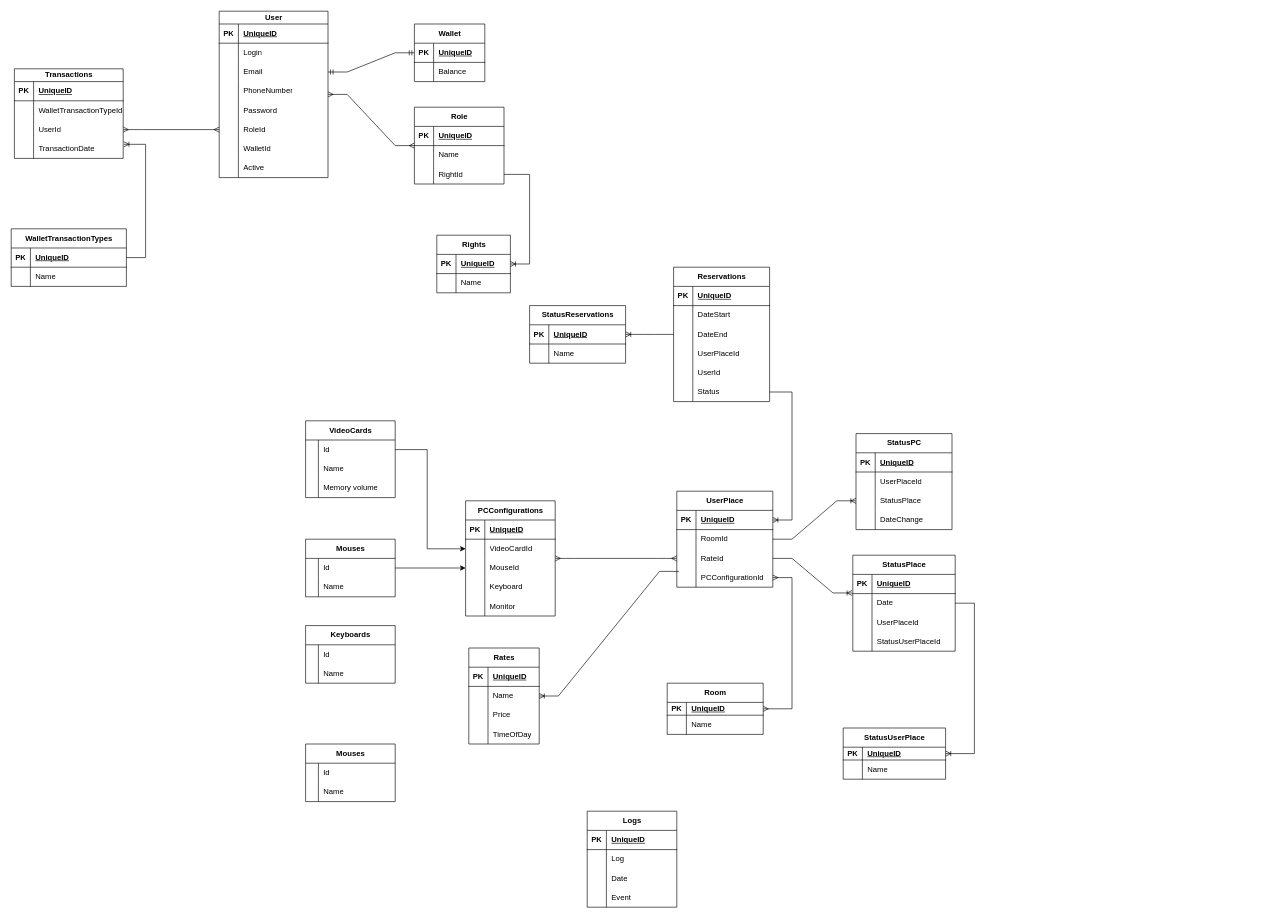
The draw.io diagram ER night-meerkats.drawio in IIeasyII/night-meerkats, before the edit. Source tidied: cells renumbered, new cells numbered last; positions are measured from the earlier drawing's top-left corner, leaving out a move shared by most shapes. Both pictures are drawn from the tidied source at 64%, with x=0, y=0 at pixel (11, 11).
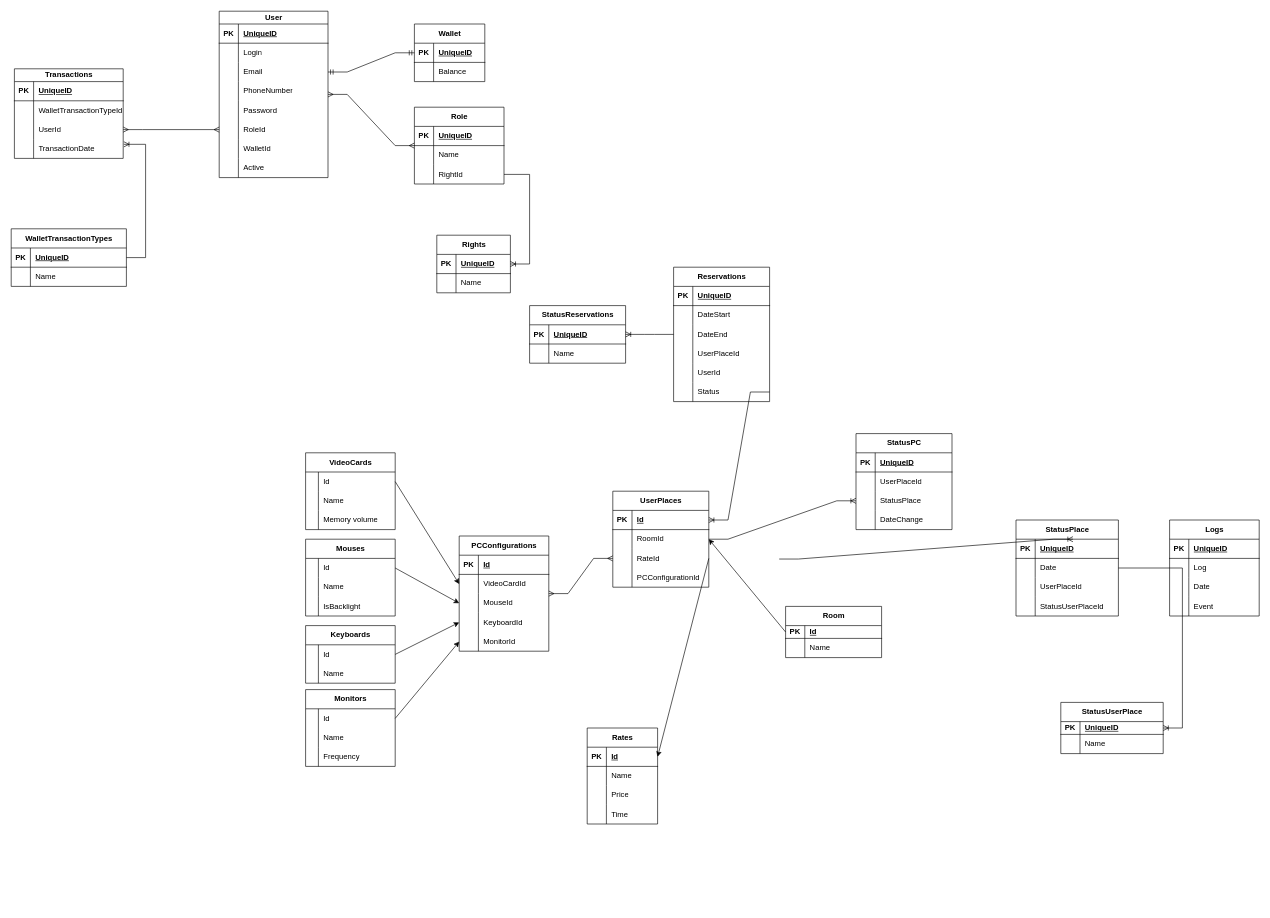
Above is the later version.

Unchanged cells that the change refers to:
```xml
<mxCell id="52" style="shape=tableRow;horizontal=0;startSize=0;swimlaneHead=0;swimlaneBody=0;fillColor=none;top=0;left=0;right=0;bottom=1;" parent="51" vertex="1">
  <mxGeometry y="30" width="140" height="30" as="geometry" />
</mxCell>
<mxCell id="55" style="shape=tableRow;horizontal=0;startSize=0;swimlaneHead=0;swimlaneBody=0;fillColor=none;points=[[0,0.5],[1,0.5]];portConstraint=eastwest;top=0;left=0;right=0;bottom=0;" parent="51" vertex="1">
  <mxGeometry y="60" width="140" height="30" as="geometry" />
</mxCell>
<mxCell id="58" style="shape=tableRow;horizontal=0;startSize=0;swimlaneHead=0;swimlaneBody=0;fillColor=none;points=[[0,0.5],[1,0.5]];portConstraint=eastwest;top=0;left=0;right=0;bottom=0;" parent="51" vertex="1">
  <mxGeometry y="90" width="140" height="30" as="geometry" />
</mxCell>
<mxCell id="61" style="shape=tableRow;horizontal=0;startSize=0;swimlaneHead=0;swimlaneBody=0;fillColor=none;points=[[0,0.5],[1,0.5]];portConstraint=eastwest;top=0;left=0;right=0;bottom=0;" parent="51" vertex="1">
  <mxGeometry y="120" width="140" height="30" as="geometry" />
</mxCell>
<mxCell id="64" style="shape=tableRow;horizontal=0;startSize=0;swimlaneHead=0;swimlaneBody=0;fillColor=none;points=[[0,0.5],[1,0.5]];portConstraint=eastwest;top=0;left=0;right=0;bottom=0;" parent="51" vertex="1">
  <mxGeometry y="150" width="140" height="30" as="geometry" />
</mxCell>
<mxCell id="68" style="shape=tableRow;horizontal=0;startSize=0;swimlaneHead=0;swimlaneBody=0;fillColor=none;points=[[0,0.5],[1,0.5]];portConstraint=eastwest;top=0;left=0;right=0;bottom=1;" parent="67" vertex="1">
  <mxGeometry y="30" width="110" height="30" as="geometry" />
</mxCell>
<mxCell id="71" style="shape=tableRow;horizontal=0;startSize=0;swimlaneHead=0;swimlaneBody=0;fillColor=none;points=[[0,0.5],[1,0.5]];portConstraint=eastwest;top=0;left=0;right=0;bottom=0;" parent="67" vertex="1">
  <mxGeometry y="60" width="110" height="30" as="geometry" />
</mxCell>
<mxCell id="77" style="shape=tableRow;horizontal=0;startSize=0;swimlaneHead=0;swimlaneBody=0;fillColor=none;top=0;left=0;right=0;bottom=0;" parent="67" vertex="1">
  <mxGeometry y="120" width="110" height="30" as="geometry" />
</mxCell>
<mxCell id="81" style="shape=tableRow;horizontal=0;startSize=0;swimlaneHead=0;swimlaneBody=0;fillColor=none;points=[[0,0.5],[1,0.5]];portConstraint=eastwest;top=0;left=0;right=0;bottom=1;" parent="80" vertex="1">
  <mxGeometry y="30" width="150" height="20" as="geometry" />
</mxCell>
<mxCell id="88" style="shape=tableRow;horizontal=0;startSize=0;swimlaneHead=0;swimlaneBody=0;fillColor=none;points=[[0,0.5],[1,0.5]];portConstraint=eastwest;top=0;left=0;right=0;bottom=1;" parent="87" vertex="1">
  <mxGeometry y="30" width="150" height="30" as="geometry" />
</mxCell>
<mxCell id="91" style="shape=tableRow;horizontal=0;startSize=0;swimlaneHead=0;swimlaneBody=0;fillColor=none;points=[[0,0.5],[1,0.5]];portConstraint=eastwest;top=0;left=0;right=0;bottom=0;" parent="87" vertex="1">
  <mxGeometry y="60" width="150" height="30" as="geometry" />
</mxCell>
<mxCell id="94" style="shape=tableRow;horizontal=0;startSize=0;swimlaneHead=0;swimlaneBody=0;fillColor=none;points=[[0,0.5],[1,0.5]];portConstraint=eastwest;top=0;left=0;right=0;bottom=0;" parent="87" vertex="1">
  <mxGeometry y="90" width="150" height="30" as="geometry" />
</mxCell>
<mxCell id="97" style="shape=tableRow;horizontal=0;startSize=0;swimlaneHead=0;swimlaneBody=0;fillColor=none;points=[[0,0.5],[1,0.5]];portConstraint=eastwest;top=0;left=0;right=0;bottom=0;" parent="87" vertex="1">
  <mxGeometry y="120" width="150" height="30" as="geometry" />
</mxCell>
<mxCell id="104" style="shape=tableRow;horizontal=0;startSize=0;swimlaneHead=0;swimlaneBody=0;fillColor=none;points=[[0,0.5],[1,0.5]];portConstraint=eastwest;top=0;left=0;right=0;bottom=0;" parent="100" vertex="1">
  <mxGeometry y="60" width="160" height="30" as="geometry" />
</mxCell>
<mxCell id="206" style="shape=tableRow;horizontal=0;startSize=0;swimlaneHead=0;swimlaneBody=0;fillColor=none;points=[[0,0.5],[1,0.5]];portConstraint=eastwest;top=0;left=0;right=0;bottom=0;" parent="205" vertex="1">
  <mxGeometry y="30" width="140" height="30" as="geometry" />
</mxCell>
<mxCell id="217" style="shape=tableRow;horizontal=0;startSize=0;swimlaneHead=0;swimlaneBody=0;fillColor=none;points=[[0,0.5],[1,0.5]];portConstraint=eastwest;top=0;left=0;right=0;bottom=0;" parent="216" vertex="1">
  <mxGeometry y="30" width="140" height="30" as="geometry" />
</mxCell>
<mxCell id="225" style="shape=tableRow;horizontal=0;startSize=0;swimlaneHead=0;swimlaneBody=0;fillColor=none;points=[[0,0.5],[1,0.5]];portConstraint=eastwest;top=0;left=0;right=0;bottom=0;" parent="224" vertex="1">
  <mxGeometry y="30" width="140" height="30" as="geometry" />
</mxCell>
<mxCell id="232" style="shape=tableRow;horizontal=0;startSize=0;swimlaneHead=0;swimlaneBody=0;fillColor=none;points=[[0,0.5],[1,0.5]];portConstraint=eastwest;top=0;left=0;right=0;bottom=0;" parent="231" vertex="1">
  <mxGeometry y="30" width="140" height="30" as="geometry" />
</mxCell>
```

Diff of the diagram source:
```diff
@@
     <mxCell id="51" value="PCConfigurations" style="shape=table;startSize=30;childLayout=tableLayout;rowLines=0;fontStyle=1;align=center;html=1;" parent="1" vertex="1">
-      <mxGeometry x="710" y="765" width="140" height="180" as="geometry" />
+      <mxGeometry x="700" y="820" width="140" height="180" as="geometry" />
     </mxCell>
@@
-    <mxCell id="54" value="UniqueID" style="shape=partialRectangle;fillColor=none;top=0;left=0;bottom=0;right=0;align=left;spacingLeft=6;fontStyle=5;overflow=hidden;whiteSpace=wrap;html=1;" parent="52" vertex="1">
+    <mxCell id="54" value="Id" style="shape=partialRectangle;fillColor=none;top=0;left=0;bottom=0;right=0;align=left;spacingLeft=6;fontStyle=5;overflow=hidden;whiteSpace=wrap;html=1;" parent="52" vertex="1">
       <mxGeometry x="30" width="110" height="30" as="geometry" />
     </mxCell>
@@
-    <mxCell id="63" value="Keyboard" style="shape=partialRectangle;fillColor=none;top=0;left=0;bottom=0;right=0;align=left;spacingLeft=6;overflow=hidden;whiteSpace=wrap;html=1;" parent="61" vertex="1">
+    <mxCell id="63" value="KeyboardId" style="shape=partialRectangle;fillColor=none;top=0;left=0;bottom=0;right=0;align=left;spacingLeft=6;overflow=hidden;whiteSpace=wrap;html=1;" parent="61" vertex="1">
       <mxGeometry x="30" width="110" height="30" as="geometry" />
     </mxCell>
@@
-    <mxCell id="66" value="Monitor" style="shape=partialRectangle;fillColor=none;top=0;left=0;bottom=0;right=0;align=left;spacingLeft=6;overflow=hidden;whiteSpace=wrap;html=1;" parent="64" vertex="1">
+    <mxCell id="66" value="MonitorId" style="shape=partialRectangle;fillColor=none;top=0;left=0;bottom=0;right=0;align=left;spacingLeft=6;overflow=hidden;whiteSpace=wrap;html=1;" parent="64" vertex="1">
       <mxGeometry x="30" width="110" height="30" as="geometry" />
     </mxCell>
     <mxCell id="67" value="Rates" style="shape=table;startSize=30;childLayout=tableLayout;rowLines=0;fontStyle=1;align=center;html=1;" parent="1" vertex="1">
-      <mxGeometry x="715" y="995" width="110" height="150" as="geometry" />
+      <mxGeometry x="900" y="1120" width="110" height="150" as="geometry" />
     </mxCell>
@@
-    <mxCell id="70" value="UniqueID" style="shape=partialRectangle;fillColor=none;top=0;left=0;bottom=0;right=0;align=left;spacingLeft=6;fontStyle=5;overflow=hidden;whiteSpace=wrap;html=1;" parent="68" vertex="1">
+    <mxCell id="70" value="Id" style="shape=partialRectangle;fillColor=none;top=0;left=0;bottom=0;right=0;align=left;spacingLeft=6;fontStyle=5;overflow=hidden;whiteSpace=wrap;html=1;" parent="68" vertex="1">
       <mxGeometry x="30" width="80" height="30" as="geometry" />
     </mxCell>
@@
-    <mxCell id="79" value="TimeOfDay" style="shape=partialRectangle;fillColor=none;top=0;left=0;bottom=0;right=0;align=left;spacingLeft=6;overflow=hidden;whiteSpace=wrap;html=1;" parent="77" vertex="1">
+    <mxCell id="79" value="Time" style="shape=partialRectangle;fillColor=none;top=0;left=0;bottom=0;right=0;align=left;spacingLeft=6;overflow=hidden;whiteSpace=wrap;html=1;" parent="77" vertex="1">
       <mxGeometry x="30" width="80" height="30" as="geometry" />
     </mxCell>
     <mxCell id="80" value="Room" style="shape=table;startSize=30;childLayout=tableLayout;rowLines=0;fontStyle=1;align=center;html=1;" parent="1" vertex="1">
-      <mxGeometry x="1025" y="1050" width="150" height="80" as="geometry" />
+      <mxGeometry x="1210" y="930" width="150" height="80" as="geometry" />
     </mxCell>
@@
-    <mxCell id="83" value="UniqueID" style="shape=partialRectangle;fillColor=none;top=0;left=0;bottom=0;right=0;align=left;spacingLeft=6;fontStyle=5;overflow=hidden;whiteSpace=wrap;html=1;" parent="81" vertex="1">
+    <mxCell id="83" value="Id" style="shape=partialRectangle;fillColor=none;top=0;left=0;bottom=0;right=0;align=left;spacingLeft=6;fontStyle=5;overflow=hidden;whiteSpace=wrap;html=1;" parent="81" vertex="1">
       <mxGeometry x="30" width="120" height="20" as="geometry" />
     </mxCell>
@@
-    <mxCell id="87" value="UserPlace" style="shape=table;startSize=30;childLayout=tableLayout;rowLines=0;fontStyle=1;align=center;html=1;" parent="1" vertex="1">
-      <mxGeometry x="1040" y="750" width="150" height="150" as="geometry" />
+    <mxCell id="87" value="UserPlaces" style="shape=table;startSize=30;childLayout=tableLayout;rowLines=0;fontStyle=1;align=center;html=1;" parent="1" vertex="1">
+      <mxGeometry x="940" y="750" width="150" height="150" as="geometry" />
     </mxCell>
@@
-    <mxCell id="90" value="UniqueID" style="shape=partialRectangle;fillColor=none;top=0;left=0;bottom=0;right=0;align=left;spacingLeft=6;fontStyle=5;overflow=hidden;whiteSpace=wrap;html=1;" parent="88" vertex="1">
+    <mxCell id="90" value="Id" style="shape=partialRectangle;fillColor=none;top=0;left=0;bottom=0;right=0;align=left;spacingLeft=6;fontStyle=5;overflow=hidden;whiteSpace=wrap;html=1;" parent="88" vertex="1">
       <mxGeometry x="30" width="120" height="30" as="geometry" />
     </mxCell>
@@
     <mxCell id="100" value="StatusPlace" style="shape=table;startSize=30;childLayout=tableLayout;rowLines=0;fontStyle=1;align=center;html=1;" parent="1" vertex="1">
-      <mxGeometry x="1315" y="850" width="160" height="150" as="geometry" />
+      <mxGeometry x="1570" y="795" width="160" height="150" as="geometry" />
     </mxCell>
@@
     <mxCell id="113" value="Logs" style="shape=table;startSize=30;childLayout=tableLayout;rowLines=0;fontStyle=1;align=center;html=1;" parent="1" vertex="1">
-      <mxGeometry x="900" y="1250" width="140" height="150" as="geometry" />
+      <mxGeometry x="1810" y="795" width="140" height="150" as="geometry" />
     </mxCell>
@@
     <mxCell id="126" value="StatusUserPlace" style="shape=table;startSize=30;childLayout=tableLayout;rowLines=0;fontStyle=1;align=center;html=1;" parent="1" vertex="1">
-      <mxGeometry x="1300" y="1120" width="160" height="80" as="geometry" />
+      <mxGeometry x="1640" y="1080" width="160" height="80" as="geometry" />
     </mxCell>
@@
-    <mxCell id="182" style="edgeStyle=entityRelationEdgeStyle;fontSize=12;html=1;endArrow=ERoneToMany;rounded=0;entryX=-0.006;entryY=-0.033;entryDx=0;entryDy=0;entryPerimeter=0;" parent="1" edge="1" source="94" target="104">
+    <mxCell id="182" style="edgeStyle=entityRelationEdgeStyle;fontSize=12;html=1;endArrow=ERoneToMany;rounded=0;entryX=-0.006;entryY=-0.033;entryDx=0;entryDy=0;entryPerimeter=0;" parent="1" edge="1">
       <mxGeometry relative="1" as="geometry">
+        <mxPoint x="1200" y="856" as="sourcePoint" />
+        <mxPoint x="1659" y="825" as="targetPoint" />
         <Array as="points">
-          <mxPoint x="1240" y="880" />
-          <mxPoint x="1220" y="960" />
-          <mxPoint x="1240" y="870" />
-          <mxPoint x="1230" y="910" />
-          <mxPoint x="1320" y="910" />
-          <mxPoint x="1240" y="880" />
-          <mxPoint x="1260" y="900" />
-          <mxPoint x="1250" y="890" />
-          <mxPoint x="1270" y="940" />
-          <mxPoint x="1270" y="920" />
+          <mxPoint x="1330" y="851" />
+          <mxPoint x="1310" y="931" />
+          <mxPoint x="1330" y="841" />
+          <mxPoint x="1320" y="881" />
+          <mxPoint x="1410" y="881" />
+          <mxPoint x="1330" y="851" />
+          <mxPoint x="1350" y="871" />
+          <mxPoint x="1340" y="861" />
+          <mxPoint x="1360" y="911" />
+          <mxPoint x="1360" y="891" />
         </Array>
       </mxGeometry>
     </mxCell>
@@
-    <mxCell id="185" style="edgeStyle=entityRelationEdgeStyle;fontSize=12;html=1;endArrow=ERmany;startArrow=ERmany;rounded=0;strokeColor=default;" parent="1" edge="1" source="97" target="80">
-      <mxGeometry relative="1" as="geometry" />
-    </mxCell>
@@
-    <mxCell id="190" style="edgeStyle=entityRelationEdgeStyle;fontSize=12;html=1;endArrow=ERoneToMany;rounded=0;exitX=0.02;exitY=0.176;exitDx=0;exitDy=0;exitPerimeter=0;entryX=1;entryY=0.5;entryDx=0;entryDy=0;" parent="1" edge="1" source="97" target="71">
-      <mxGeometry relative="1" as="geometry" />
-    </mxCell>
@@
     <mxCell id="205" value="VideoCards" style="shape=table;startSize=30;childLayout=tableLayout;rowLines=0;fontStyle=1;align=center;html=1;" parent="1" vertex="1">
-      <mxGeometry x="460" y="640" width="140" height="120" as="geometry" />
+      <mxGeometry x="460" y="690" width="140" height="120" as="geometry" />
     </mxCell>
@@
     <mxCell id="215" style="endArrow=classic;html=1;rounded=0;exitX=1;exitY=0.5;exitDx=0;exitDy=0;entryX=0;entryY=0.5;entryDx=0;entryDy=0;" parent="1" edge="1" source="206" target="55">
-      <mxGeometry relative="1" as="geometry">
-        <Array as="points">
-          <mxPoint x="650" y="685" />
-          <mxPoint x="650" y="770" />
-          <mxPoint x="650" y="840" />
-        </Array>
-      </mxGeometry>
+      <mxGeometry relative="1" as="geometry" />
     </mxCell>
     <mxCell id="216" value="Mouses" style="shape=table;startSize=30;childLayout=tableLayout;rowLines=0;fontStyle=1;align=center;html=1;" parent="1" vertex="1">
-      <mxGeometry x="460" y="825" width="140" height="90" as="geometry" />
+      <mxGeometry x="460" y="825" width="140" height="120" as="geometry" />
     </mxCell>
@@
+    <mxCell id="238" style="shape=tableRow;horizontal=0;startSize=0;swimlaneHead=0;swimlaneBody=0;fillColor=none;top=0;left=0;right=0;bottom=0;" parent="216" vertex="1">
+      <mxGeometry y="90" width="140" height="30" as="geometry" />
+    </mxCell>
+    <mxCell id="239" style="shape=partialRectangle;fillColor=none;top=0;left=0;bottom=0;right=0;overflow=hidden;whiteSpace=wrap;html=1;" parent="238" vertex="1">
+      <mxGeometry width="20" height="30" as="geometry" />
+    </mxCell>
+    <mxCell id="240" value="IsBacklight" style="shape=partialRectangle;fillColor=none;top=0;left=0;bottom=0;right=0;align=left;spacingLeft=6;overflow=hidden;whiteSpace=wrap;html=1;" parent="238" vertex="1">
+      <mxGeometry x="20" width="120" height="30" as="geometry" />
+    </mxCell>
-    <mxCell id="223" style="endArrow=classic;html=1;rounded=0;exitX=1;exitY=0.5;exitDx=0;exitDy=0;" parent="1" edge="1" source="217" target="58">
+    <mxCell id="223" style="endArrow=classic;html=1;rounded=0;exitX=1;exitY=0.5;exitDx=0;exitDy=0;entryX=0;entryY=0.5;entryDx=0;entryDy=0;" parent="1" edge="1" source="217" target="58">
       <mxGeometry relative="1" as="geometry" />
     </mxCell>
@@
-    <mxCell id="231" value="Mouses" style="shape=table;startSize=30;childLayout=tableLayout;rowLines=0;fontStyle=1;align=center;html=1;" parent="1" vertex="1">
-      <mxGeometry x="460" y="1145" width="140" height="90" as="geometry" />
+    <mxCell id="231" value="Monitors" style="shape=table;startSize=30;childLayout=tableLayout;rowLines=0;fontStyle=1;align=center;html=1;" parent="1" vertex="1">
+      <mxGeometry x="460" y="1060" width="140" height="120" as="geometry" />
     </mxCell>
@@
+    <mxCell id="241" style="shape=tableRow;horizontal=0;startSize=0;swimlaneHead=0;swimlaneBody=0;fillColor=none;top=0;left=0;right=0;bottom=0;" parent="231" vertex="1">
+      <mxGeometry y="90" width="140" height="30" as="geometry" />
+    </mxCell>
+    <mxCell id="242" style="shape=partialRectangle;fillColor=none;top=0;left=0;bottom=0;right=0;overflow=hidden;whiteSpace=wrap;html=1;" parent="241" vertex="1">
+      <mxGeometry width="20" height="30" as="geometry" />
+    </mxCell>
+    <mxCell id="243" value="Frequency" style="shape=partialRectangle;fillColor=none;top=0;left=0;bottom=0;right=0;align=left;spacingLeft=6;overflow=hidden;whiteSpace=wrap;html=1;" parent="241" vertex="1">
+      <mxGeometry x="20" width="120" height="30" as="geometry" />
+    </mxCell>
+    <mxCell id="244" style="endArrow=classic;html=1;rounded=0;exitX=1;exitY=0.5;exitDx=0;exitDy=0;entryX=0;entryY=0.5;entryDx=0;entryDy=0;" parent="1" edge="1" source="225" target="61">
+      <mxGeometry relative="1" as="geometry" />
+    </mxCell>
+    <mxCell id="245" style="endArrow=classic;html=1;rounded=0;exitX=1;exitY=0.5;exitDx=0;exitDy=0;entryX=0;entryY=0.5;entryDx=0;entryDy=0;" parent="1" edge="1" source="232" target="64">
+      <mxGeometry relative="1" as="geometry" />
+    </mxCell>
+    <mxCell id="246" style="endArrow=classic;html=1;rounded=0;exitX=0;exitY=0.5;exitDx=0;exitDy=0;entryX=1;entryY=0.5;entryDx=0;entryDy=0;" parent="1" edge="1" source="81" target="91">
+      <mxGeometry relative="1" as="geometry" />
+    </mxCell>
+    <mxCell id="247" style="endArrow=classic;html=1;rounded=0;exitX=1;exitY=0.5;exitDx=0;exitDy=0;entryX=1;entryY=0.5;entryDx=0;entryDy=0;" parent="1" edge="1" source="94" target="68">
+      <mxGeometry relative="1" as="geometry" />
+    </mxCell>
```
